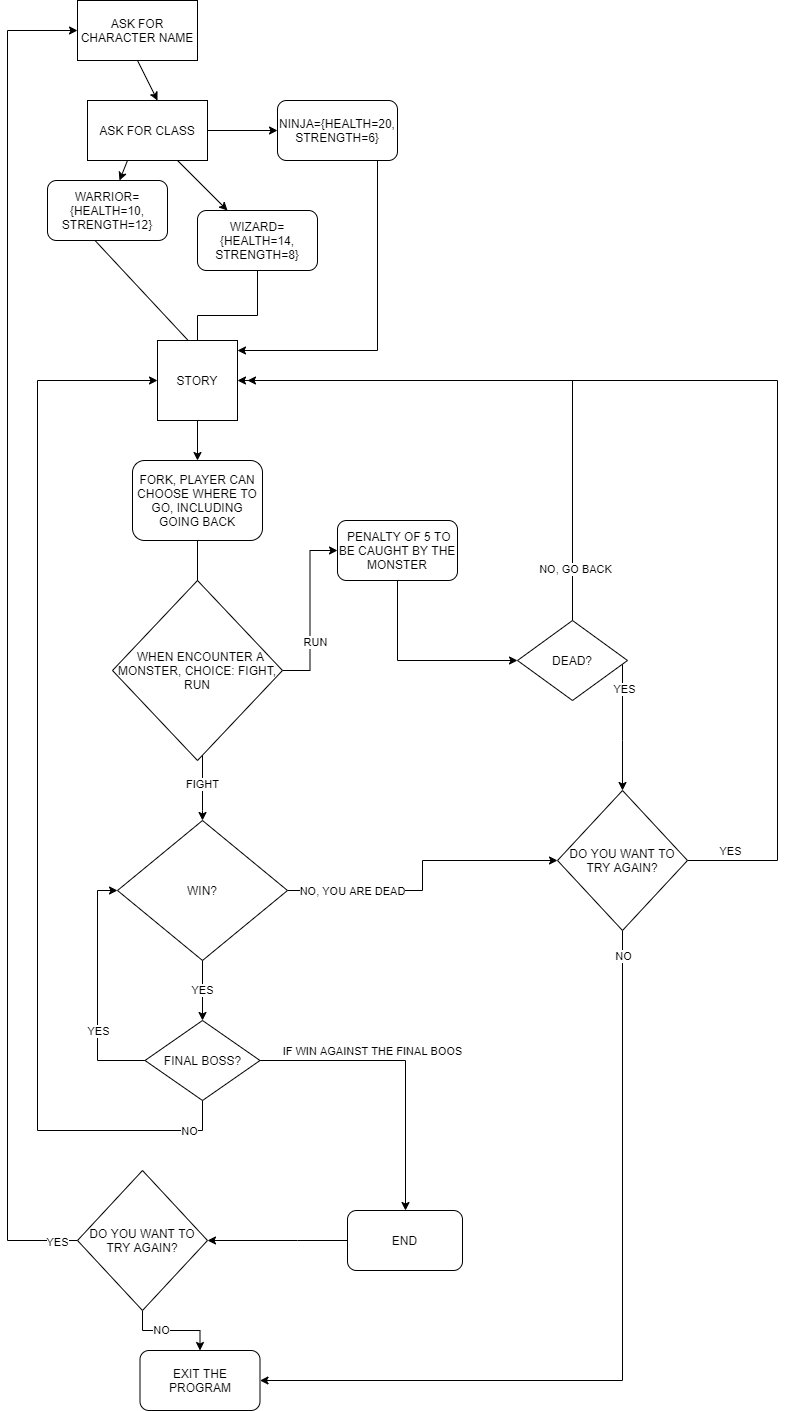
Before: Adventure App Diagram.png, a diagram exported from draw.io (StefanoPruna/AdventureApp). Source tidied: cells renumbered, new cells last; positions are measured from the earlier drawing's top-left corner, leaving out a move shared by most shapes.
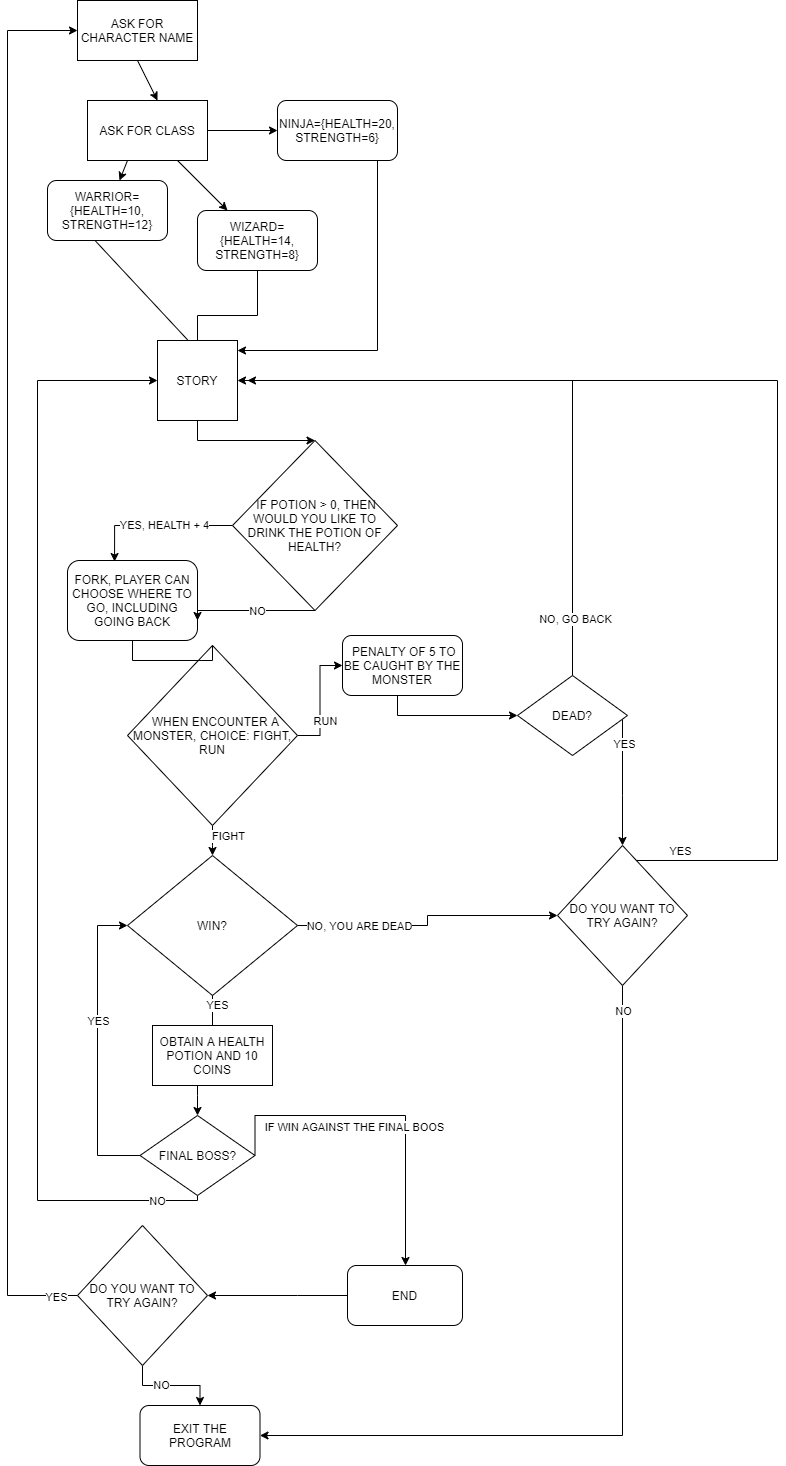
Later version of the same file.

Diff of the diagram source:
```diff
@@ -59,30 +59,28 @@
         <mxPoint x="190" y="350" as="targetPoint" />
       </mxGeometry>
     </mxCell>
-    <mxCell id="14" style="edgeStyle=orthogonalEdgeStyle;rounded=0;jettySize=auto;html=1;entryX=0.5;entryY=0;entryDx=0;entryDy=0;" parent="1" edge="1" source="15" target="38">
-      <mxGeometry relative="1" as="geometry" />
-    </mxCell>
+    <mxCell id="54" style="edgeStyle=orthogonalEdgeStyle;rounded=0;jettySize=auto;html=1;" parent="1" edge="1" source="15" target="62">
+      <mxGeometry relative="1" as="geometry">
+        <Array as="points">
+          <mxPoint x="190" y="440" />
+        </Array>
+      </mxGeometry>
+    </mxCell>
     <mxCell id="15" value="STORY" style="whiteSpace=wrap;html=1;" parent="1" vertex="1">
       <mxGeometry x="150" y="340" width="80" height="80" as="geometry" />
     </mxCell>
-    <mxCell id="16" style="edgeStyle=orthogonalEdgeStyle;rounded=0;jettySize=auto;html=1;exitX=0.5;exitY=1;exitDx=0;exitDy=0;" parent="1" edge="1" source="38">
-      <mxGeometry relative="1" as="geometry">
-        <mxPoint x="195" y="680" as="targetPoint" />
-        <Array as="points">
-          <mxPoint x="190" y="680" />
-        </Array>
-      </mxGeometry>
-    </mxCell>
     <mxCell id="17" style="edgeStyle=orthogonalEdgeStyle;rounded=0;jettySize=auto;html=1;" parent="1" edge="1" source="21" target="27">
       <mxGeometry relative="1" as="geometry">
         <Array as="points">
-          <mxPoint x="195" y="810" />
-          <mxPoint x="195" y="810" />
+          <mxPoint x="205" y="845" />
+          <mxPoint x="205" y="845" />
         </Array>
       </mxGeometry>
     </mxCell>
     <mxCell id="18" value="FIGHT" style="edgeLabel;html=1;align=center;verticalAlign=middle;" parent="17" vertex="1">
-      <mxGeometry x="-0.1" y="-1" relative="1" as="geometry" />
+      <mxGeometry x="-0.1" y="-1" relative="1" as="geometry">
+        <mxPoint x="16" y="-4" as="offset" />
+      </mxGeometry>
     </mxCell>
     <mxCell id="19" style="edgeStyle=orthogonalEdgeStyle;rounded=0;jettySize=auto;html=1;entryX=0;entryY=0.5;entryDx=0;entryDy=0;" parent="1" edge="1" source="21" target="40">
       <mxGeometry relative="1" as="geometry" />
@@ -92,19 +90,16 @@
         <mxPoint x="1" as="offset" />
       </mxGeometry>
     </mxCell>
-    <mxCell id="21" value="&amp;nbsp; WHEN ENCOUNTER A MONSTER, CHOICE: FIGHT, RUN" style="rhombus;whiteSpace=wrap;html=1;" parent="1" vertex="1">
-      <mxGeometry x="105" y="580" width="170" height="180" as="geometry" />
-    </mxCell>
     <mxCell id="22" style="edgeStyle=orthogonalEdgeStyle;rounded=0;jettySize=auto;html=1;entryX=1;entryY=0.5;entryDx=0;entryDy=0;" parent="1" edge="1" source="23" target="53">
       <mxGeometry relative="1" as="geometry">
         <Array as="points">
-          <mxPoint x="290" y="1240" />
-          <mxPoint x="290" y="1240" />
+          <mxPoint x="290" y="1295" />
+          <mxPoint x="290" y="1295" />
         </Array>
       </mxGeometry>
     </mxCell>
     <mxCell id="23" value="END" style="rounded=1;whiteSpace=wrap;html=1;" parent="1" vertex="1">
-      <mxGeometry x="340" y="1210" width="115" height="60" as="geometry" />
+      <mxGeometry x="340" y="1265" width="115" height="60" as="geometry" />
     </mxCell>
     <mxCell id="24" style="edgeStyle=orthogonalEdgeStyle;rounded=0;jettySize=auto;html=1;entryX=0;entryY=0.5;entryDx=0;entryDy=0;" parent="1" edge="1" source="27" target="32">
       <mxGeometry relative="1" as="geometry" />
@@ -114,13 +109,8 @@
         <mxPoint x="32" y="3" as="offset" />
       </mxGeometry>
     </mxCell>
-    <mxCell id="26" value="YES" style="edgeStyle=orthogonalEdgeStyle;rounded=0;jettySize=auto;html=1;" parent="1" edge="1" source="27">
-      <mxGeometry relative="1" as="geometry">
-        <mxPoint x="195" y="1020" as="targetPoint" />
-      </mxGeometry>
-    </mxCell>
     <mxCell id="27" value="&lt;span&gt;WIN?&lt;/span&gt;" style="rhombus;whiteSpace=wrap;html=1;" parent="1" vertex="1">
-      <mxGeometry x="110" y="820" width="170" height="140" as="geometry" />
+      <mxGeometry x="120" y="855" width="170" height="140" as="geometry" />
     </mxCell>
     <mxCell id="28" style="edgeStyle=orthogonalEdgeStyle;rounded=0;jettySize=auto;html=1;entryX=1;entryY=0.5;entryDx=0;entryDy=0;" parent="1" edge="1" source="32" target="15">
       <mxGeometry relative="1" as="geometry">
@@ -138,7 +128,7 @@
     <mxCell id="30" style="edgeStyle=orthogonalEdgeStyle;rounded=0;jettySize=auto;html=1;entryX=1;entryY=0.5;entryDx=0;entryDy=0;" parent="1" edge="1" source="32" target="48">
       <mxGeometry relative="1" as="geometry">
         <Array as="points">
-          <mxPoint x="615" y="1380" />
+          <mxPoint x="615" y="1435" />
         </Array>
       </mxGeometry>
     </mxCell>
@@ -146,14 +136,14 @@
       <mxGeometry x="-0.94" relative="1" as="geometry" />
     </mxCell>
     <mxCell id="32" value="DO YOU WANT TO TRY AGAIN?" style="rhombus;whiteSpace=wrap;html=1;" parent="1" vertex="1">
-      <mxGeometry x="550" y="790" width="130" height="140" as="geometry" />
+      <mxGeometry x="550" y="845" width="130" height="140" as="geometry" />
     </mxCell>
     <mxCell id="33" style="edgeStyle=orthogonalEdgeStyle;rounded=0;jettySize=auto;html=1;" parent="1" edge="1" source="37">
       <mxGeometry relative="1" as="geometry">
-        <mxPoint x="615" y="790" as="targetPoint" />
+        <mxPoint x="615" y="845" as="targetPoint" />
         <Array as="points">
-          <mxPoint x="615" y="740" />
-          <mxPoint x="615" y="740" />
+          <mxPoint x="615" y="795" />
+          <mxPoint x="615" y="795" />
         </Array>
       </mxGeometry>
     </mxCell>
@@ -172,27 +162,27 @@
       <mxGeometry x="-0.82" y="-2" relative="1" as="geometry" />
     </mxCell>
     <mxCell id="37" value="DEAD?" style="rhombus;whiteSpace=wrap;html=1;" parent="1" vertex="1">
-      <mxGeometry x="510" y="620" width="110" height="80" as="geometry" />
+      <mxGeometry x="510" y="675" width="110" height="80" as="geometry" />
     </mxCell>
     <mxCell id="38" value="&lt;span&gt;FORK, PLAYER CAN CHOOSE WHERE TO GO, INCLUDING GOING BACK&lt;/span&gt;" style="rounded=1;whiteSpace=wrap;html=1;" parent="1" vertex="1">
-      <mxGeometry x="125" y="460" width="130" height="80" as="geometry" />
+      <mxGeometry x="60" y="560" width="130" height="80" as="geometry" />
     </mxCell>
     <mxCell id="39" style="edgeStyle=orthogonalEdgeStyle;rounded=0;jettySize=auto;html=1;" parent="1" edge="1" source="40">
       <mxGeometry relative="1" as="geometry">
-        <mxPoint x="510" y="660" as="targetPoint" />
+        <mxPoint x="510" y="715" as="targetPoint" />
         <Array as="points">
-          <mxPoint x="390" y="660" />
+          <mxPoint x="390" y="715" />
         </Array>
       </mxGeometry>
     </mxCell>
     <mxCell id="40" value="&lt;span&gt;&amp;nbsp;PENALTY OF 5 TO BE CAUGHT BY THE MONSTER&lt;/span&gt;" style="rounded=1;whiteSpace=wrap;html=1;" parent="1" vertex="1">
-      <mxGeometry x="330" y="520" width="120" height="60" as="geometry" />
+      <mxGeometry x="335" y="635" width="120" height="60" as="geometry" />
     </mxCell>
     <mxCell id="41" style="edgeStyle=orthogonalEdgeStyle;rounded=0;jettySize=auto;html=1;entryX=0;entryY=0.5;entryDx=0;entryDy=0;" parent="1" edge="1" source="47" target="15">
       <mxGeometry relative="1" as="geometry">
         <Array as="points">
-          <mxPoint x="195" y="1130" />
-          <mxPoint x="30" y="1130" />
+          <mxPoint x="190" y="1200" />
+          <mxPoint x="30" y="1200" />
           <mxPoint x="30" y="380" />
         </Array>
       </mxGeometry>
@@ -203,7 +193,7 @@
     <mxCell id="43" style="edgeStyle=orthogonalEdgeStyle;rounded=0;jettySize=auto;html=1;exitX=1;exitY=0.5;exitDx=0;exitDy=0;" parent="1" edge="1" source="47" target="23">
       <mxGeometry relative="1" as="geometry">
         <Array as="points">
-          <mxPoint x="398" y="1060" />
+          <mxPoint x="398" y="1115" />
         </Array>
       </mxGeometry>
     </mxCell>
@@ -215,19 +205,21 @@
     <mxCell id="45" style="edgeStyle=orthogonalEdgeStyle;rounded=0;jettySize=auto;html=1;entryX=0;entryY=0.5;entryDx=0;entryDy=0;" parent="1" edge="1" source="47" target="27">
       <mxGeometry relative="1" as="geometry">
         <Array as="points">
-          <mxPoint x="90" y="1060" />
-          <mxPoint x="90" y="890" />
+          <mxPoint x="90" y="1155" />
+          <mxPoint x="90" y="925" />
         </Array>
       </mxGeometry>
     </mxCell>
     <mxCell id="46" value="YES" style="edgeLabel;html=1;align=center;verticalAlign=middle;" parent="45" vertex="1">
-      <mxGeometry x="-0.35" relative="1" as="geometry" />
+      <mxGeometry x="-0.35" relative="1" as="geometry">
+        <mxPoint y="-78" as="offset" />
+      </mxGeometry>
     </mxCell>
     <mxCell id="47" value="FINAL BOSS?" style="rhombus;whiteSpace=wrap;html=1;" parent="1" vertex="1">
-      <mxGeometry x="137.5" y="1020" width="115" height="80" as="geometry" />
+      <mxGeometry x="132.5" y="1115" width="115" height="80" as="geometry" />
     </mxCell>
     <mxCell id="48" value="EXIT THE PROGRAM" style="rounded=1;whiteSpace=wrap;html=1;" parent="1" vertex="1">
-      <mxGeometry x="132.5" y="1350" width="120" height="60" as="geometry" />
+      <mxGeometry x="132.5" y="1405" width="120" height="60" as="geometry" />
     </mxCell>
     <mxCell id="49" style="edgeStyle=orthogonalEdgeStyle;rounded=0;jettySize=auto;html=1;" parent="1" edge="1" source="53" target="48">
       <mxGeometry relative="1" as="geometry" />
@@ -238,7 +230,7 @@
     <mxCell id="51" style="edgeStyle=orthogonalEdgeStyle;rounded=0;jettySize=auto;html=1;entryX=0;entryY=0.5;entryDx=0;entryDy=0;" parent="1" edge="1" source="53" target="2">
       <mxGeometry relative="1" as="geometry">
         <Array as="points">
-          <mxPoint y="1240" />
+          <mxPoint y="1295" />
           <mxPoint y="30" />
         </Array>
       </mxGeometry>
@@ -247,7 +239,47 @@
       <mxGeometry x="-0.97" y="1" relative="1" as="geometry" />
     </mxCell>
     <mxCell id="53" value="DO YOU WANT TO TRY AGAIN?" style="rhombus;whiteSpace=wrap;html=1;" parent="1" vertex="1">
-      <mxGeometry x="70" y="1170" width="130" height="140" as="geometry" />
+      <mxGeometry x="70" y="1225" width="130" height="140" as="geometry" />
     </mxCell>
+    <mxCell id="55" style="edgeStyle=orthogonalEdgeStyle;rounded=0;jettySize=auto;html=1;" parent="1" edge="1" source="56" target="47">
+      <mxGeometry relative="1" as="geometry">
+        <Array as="points">
+          <mxPoint x="190" y="1095" />
+          <mxPoint x="190" y="1095" />
+        </Array>
+      </mxGeometry>
+    </mxCell>
+    <mxCell id="56" value="OBTAIN A HEALTH POTION AND 10 COINS" style="rounded=0;whiteSpace=wrap;html=1;" parent="1" vertex="1">
+      <mxGeometry x="145" y="1025" width="120" height="60" as="geometry" />
+    </mxCell>
+    <mxCell id="26" value="YES" style="edgeStyle=orthogonalEdgeStyle;rounded=0;jettySize=auto;html=1;entryX=0.5;entryY=0;entryDx=0;entryDy=0;endArrow=none;" parent="1" edge="1" source="27" target="56">
+      <mxGeometry x="0.2" y="5" relative="1" as="geometry" />
+    </mxCell>
+    <mxCell id="21" value="&amp;nbsp; WHEN ENCOUNTER A MONSTER, CHOICE: FIGHT, RUN" style="rhombus;whiteSpace=wrap;html=1;" parent="1" vertex="1">
+      <mxGeometry x="120" y="645" width="170" height="180" as="geometry" />
+    </mxCell>
+    <mxCell id="57" style="edgeStyle=orthogonalEdgeStyle;rounded=0;jettySize=auto;html=1;exitX=0.5;exitY=1;exitDx=0;exitDy=0;endArrow=none;" parent="1" edge="1" source="38" target="21">
+      <mxGeometry relative="1" as="geometry" />
+    </mxCell>
+    <mxCell id="58" style="edgeStyle=orthogonalEdgeStyle;rounded=0;jettySize=auto;html=1;entryX=0.362;entryY=0.013;entryDx=0;entryDy=0;entryPerimeter=0;" parent="1" edge="1" source="62" target="38">
+      <mxGeometry relative="1" as="geometry" />
+    </mxCell>
+    <mxCell id="59" value="YES, HEALTH + 4" style="edgeLabel;html=1;align=center;verticalAlign=middle;" parent="58" vertex="1">
+      <mxGeometry x="-0.11" y="-1" relative="1" as="geometry" />
+    </mxCell>
+    <mxCell id="60" style="edgeStyle=orthogonalEdgeStyle;rounded=0;jettySize=auto;html=1;exitX=0.5;exitY=1;exitDx=0;exitDy=0;entryX=1;entryY=0.75;entryDx=0;entryDy=0;" parent="1" edge="1" source="62" target="38">
+      <mxGeometry relative="1" as="geometry">
+        <Array as="points">
+          <mxPoint x="308" y="610" />
+          <mxPoint x="190" y="610" />
+        </Array>
+      </mxGeometry>
+    </mxCell>
+    <mxCell id="61" value="NO" style="edgeLabel;html=1;align=center;verticalAlign=middle;" parent="60" vertex="1">
+      <mxGeometry x="-0.09" relative="1" as="geometry" />
+    </mxCell>
+    <mxCell id="62" value="&amp;nbsp;IF POTION &amp;gt; 0, THEN WOULD YOU LIKE TO DRINK THE POTION OF HEALTH?" style="rhombus;whiteSpace=wrap;html=1;" parent="1" vertex="1">
+      <mxGeometry x="225" y="440" width="165" height="170" as="geometry" />
+    </mxCell>
   </root>
 </mxGraphModel>
```
